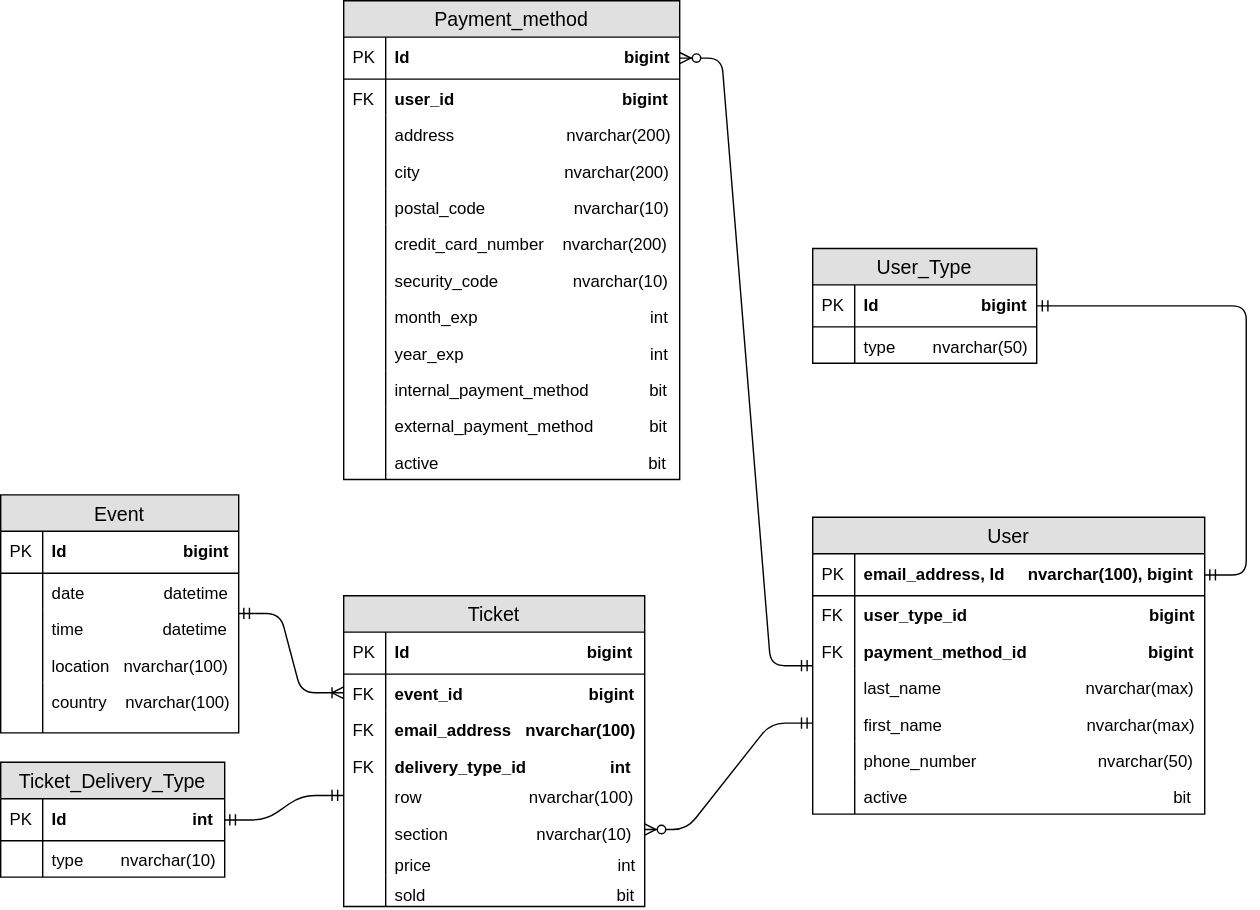
The draw.io diagram diagrams/ticket_management_DB_model.svg in yazhang28/ticket_vendor_app, before a commit. Source tidied: cells renumbered, new cells last; positions are measured from the earlier drawing's top-left corner, leaving out a move shared by most shapes.
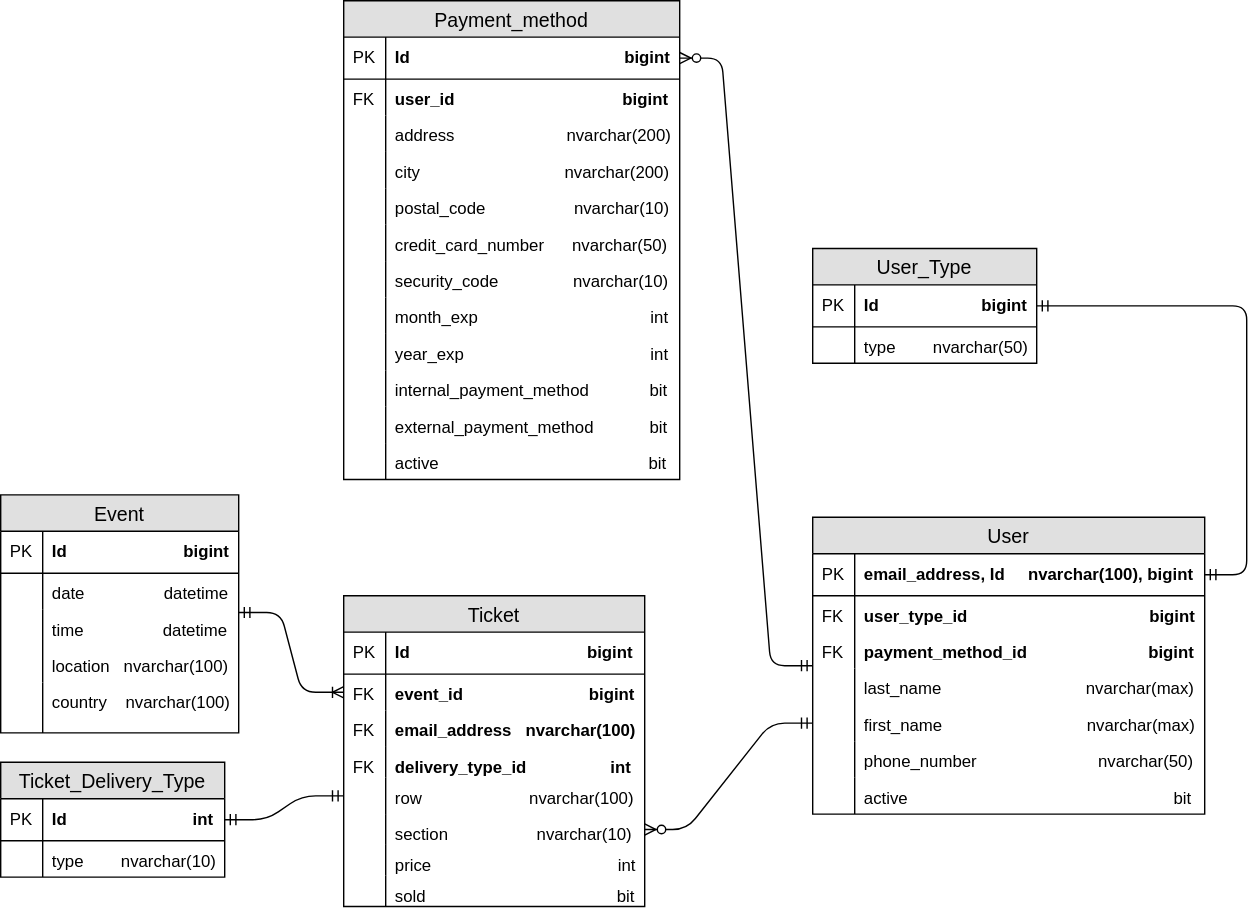
Above is the later version.

Commit message:
updated model diagram

The edit, as a diff of the source:
```diff
@@ -95,7 +95,7 @@
     <mxCell id="32" style="shape=partialRectangle;top=0;left=0;bottom=0;fillColor=none;align=left;verticalAlign=top;spacingLeft=4;spacingRight=4;overflow=hidden;fontSize=12;" parent="31" vertex="1">
       <mxGeometry width="30" height="26" as="geometry" />
     </mxCell>
-    <mxCell id="33" value="credit_card_number    nvarchar(200)" style="shape=partialRectangle;top=0;left=0;right=0;bottom=0;align=left;verticalAlign=top;fillColor=none;spacingLeft=34;spacingRight=4;overflow=hidden;fontSize=12;fontStyle=0;" parent="22" vertex="1">
+    <mxCell id="33" value="credit_card_number      nvarchar(50)" style="shape=partialRectangle;top=0;left=0;right=0;bottom=0;align=left;verticalAlign=top;fillColor=none;spacingLeft=34;spacingRight=4;overflow=hidden;fontSize=12;fontStyle=0;" parent="22" vertex="1">
       <mxGeometry y="160" width="240" height="26" as="geometry" />
     </mxCell>
     <mxCell id="34" style="shape=partialRectangle;top=0;left=0;bottom=0;fillColor=none;align=left;verticalAlign=top;spacingLeft=4;spacingRight=4;overflow=hidden;fontSize=12;" parent="33" vertex="1">
```
